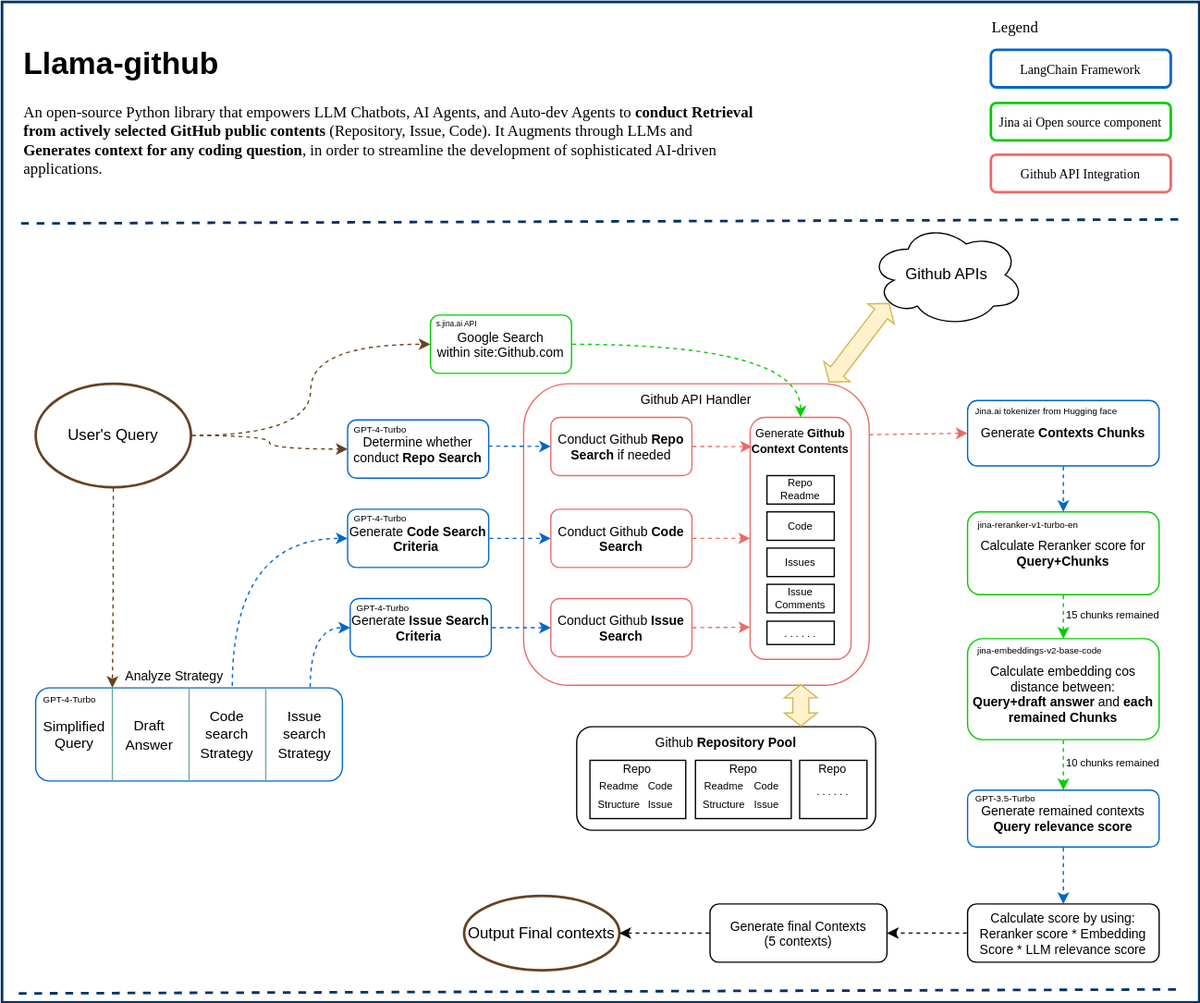
Earlier version of the draw.io export docs/high_level_architecture.drawio.svg (JetXu-LLM/llama-github). Source tidied: cells renumbered, new cells last; positions are measured from the earlier drawing's top-left corner, leaving out a move shared by most shapes.
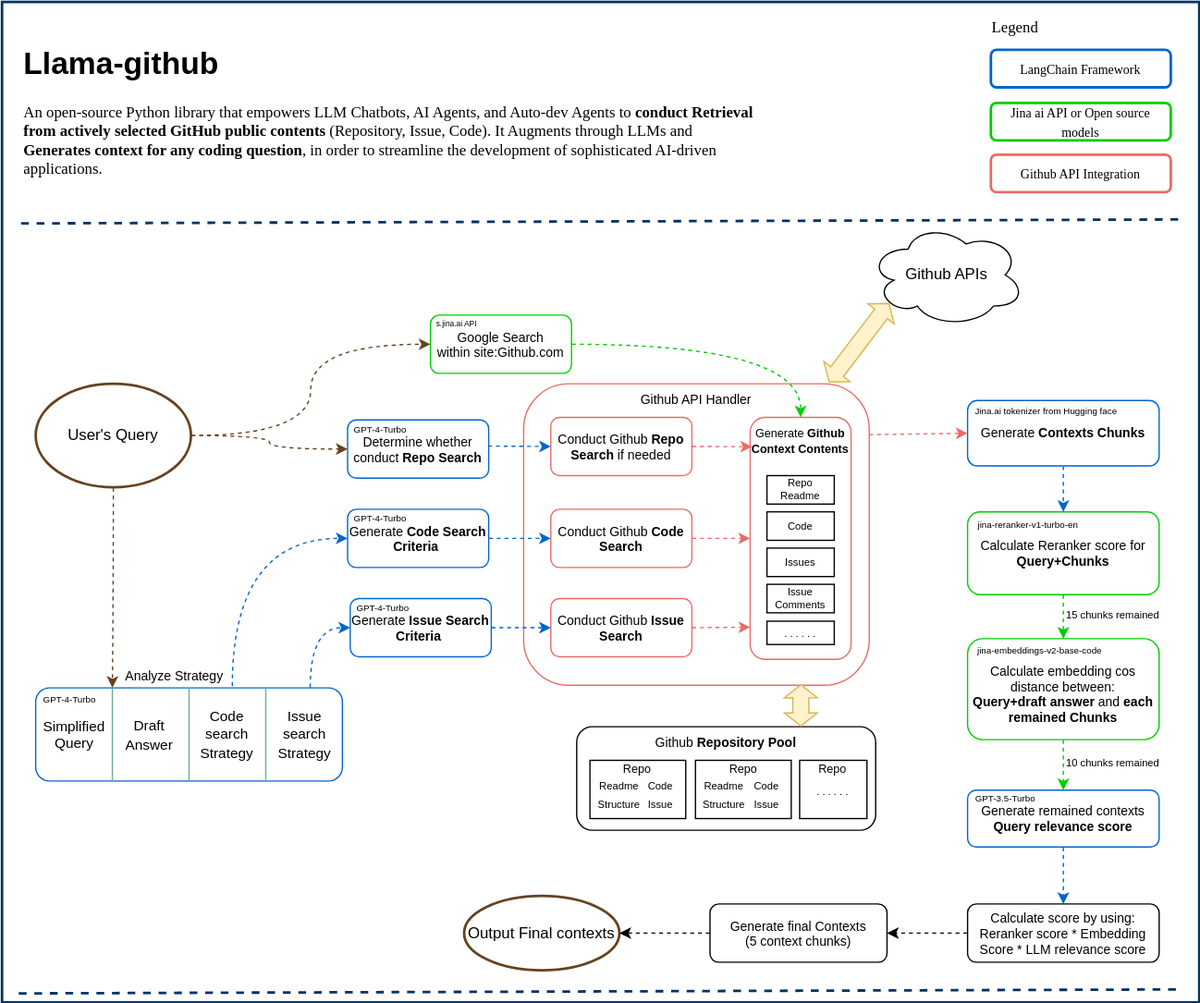
The same diagram one commit later.

Diff of the diagram source:
```diff
@@ -222,7 +222,7 @@
     <mxCell id="73" style="endArrow=classic;html=1;rounded=0;exitX=0.5;exitY=1;exitDx=0;exitDy=0;entryX=0.5;entryY=0;entryDx=0;entryDy=0;dashed=1;flowAnimation=1;flowAnimationDuration=1000;strokeColor=#0066CC;" parent="1" edge="1" source="67" target="72">
       <mxGeometry relative="1" as="geometry" />
     </mxCell>
-    <mxCell id="74" value="Generate final Contexts&lt;div&gt;(5 contexts)&lt;/div&gt;" style="rounded=1;whiteSpace=wrap;html=1;verticalAlign=middle;labelPosition=center;verticalLabelPosition=middle;align=center;strokeColor=#000000;fontSize=10;" parent="1" vertex="1">
+    <mxCell id="74" value="Generate final Contexts&lt;div&gt;(5 context chunks)&lt;/div&gt;" style="rounded=1;whiteSpace=wrap;html=1;verticalAlign=middle;labelPosition=center;verticalLabelPosition=middle;align=center;strokeColor=#000000;fontSize=10;" parent="1" vertex="1">
       <mxGeometry x="547" y="697" width="136.8" height="45" as="geometry" />
     </mxCell>
     <mxCell id="75" style="endArrow=classic;html=1;rounded=0;entryX=1;entryY=0.5;entryDx=0;entryDy=0;dashed=1;flowAnimation=1;flowAnimationDuration=1000;" parent="1" edge="1" source="72" target="74">
@@ -255,7 +255,7 @@
     <mxCell id="82" value="&lt;font face=&quot;Comic Sans MS&quot;&gt;Legend&lt;/font&gt;" style="text;html=1;align=center;verticalAlign=middle;whiteSpace=wrap;rounded=0;" parent="1" vertex="1">
       <mxGeometry x="753" y="5" width="60" height="30" as="geometry" />
     </mxCell>
-    <mxCell id="83" value="&lt;font face=&quot;Comic Sans MS&quot; style=&quot;font-size: 10px;&quot;&gt;Jina ai Open source component&lt;/font&gt;" style="rounded=1;whiteSpace=wrap;html=1;verticalAlign=middle;labelPosition=center;verticalLabelPosition=middle;align=center;strokeColor=#00CC00;strokeWidth=2;" parent="1" vertex="1">
+    <mxCell id="83" value="&lt;font face=&quot;Comic Sans MS&quot; style=&quot;font-size: 10px;&quot;&gt;Jina ai API or Open source models&lt;/font&gt;" style="rounded=1;whiteSpace=wrap;html=1;verticalAlign=middle;labelPosition=center;verticalLabelPosition=middle;align=center;strokeColor=#00CC00;strokeWidth=2;" parent="1" vertex="1">
       <mxGeometry x="764" y="78" width="139" height="29" as="geometry" />
     </mxCell>
     <mxCell id="84" value="&lt;font face=&quot;Comic Sans MS&quot; style=&quot;font-size: 10px;&quot;&gt;Github API Integration&lt;/font&gt;" style="rounded=1;whiteSpace=wrap;html=1;verticalAlign=middle;labelPosition=center;verticalLabelPosition=middle;align=center;strokeColor=#EA6B66;strokeWidth=2;" parent="1" vertex="1">
```
